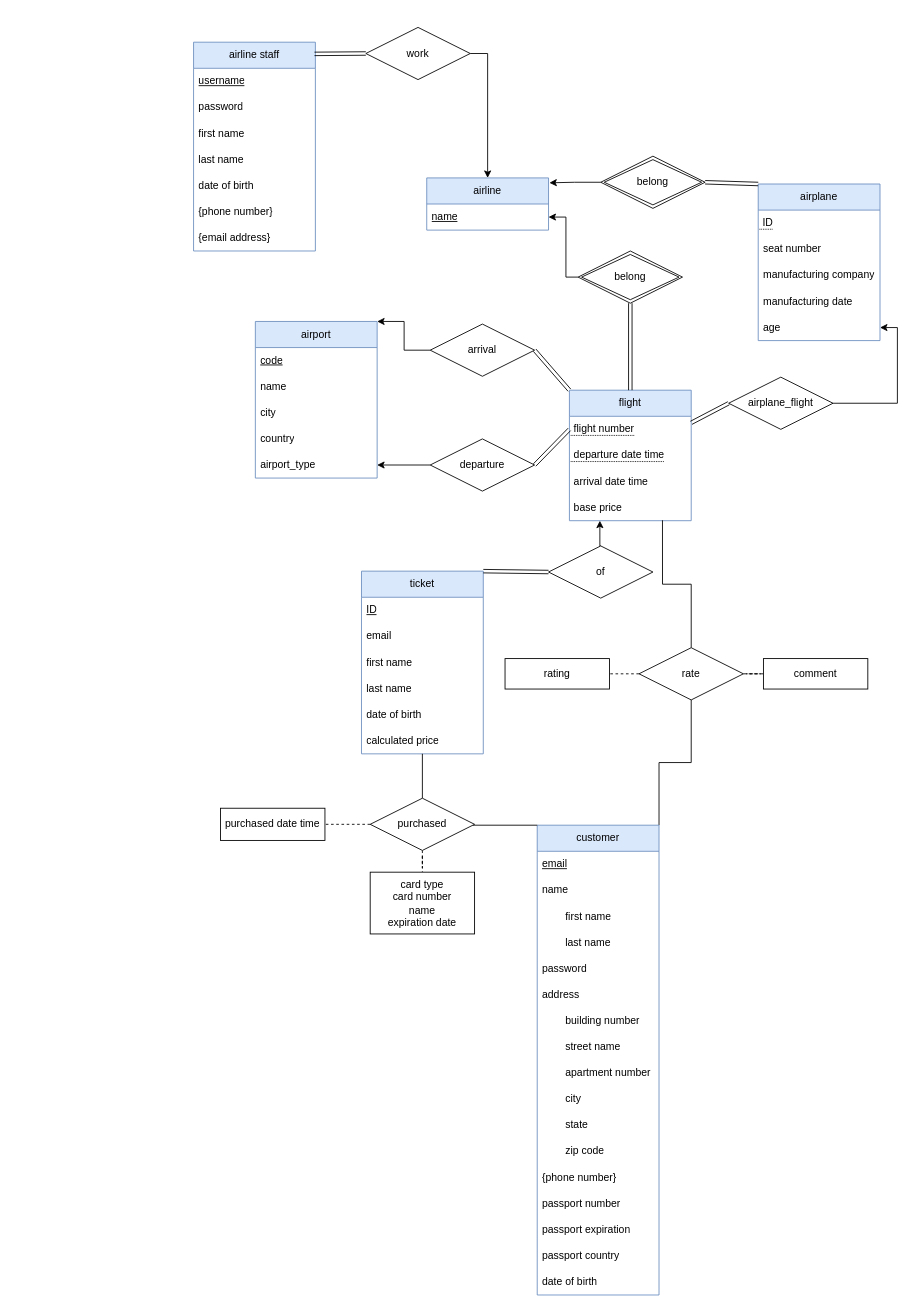
Before: part1/project_ER.drawio in qianxichen233/CS-UY-3083-project, a draw.io diagram. Source tidied: cells renumbered, new cells numbered last; positions are measured from the earlier drawing's top-left corner, leaving out a move shared by most shapes. Both pictures are drawn from the tidied source at 87%, with x=0, y=0 at pixel (193, 27).
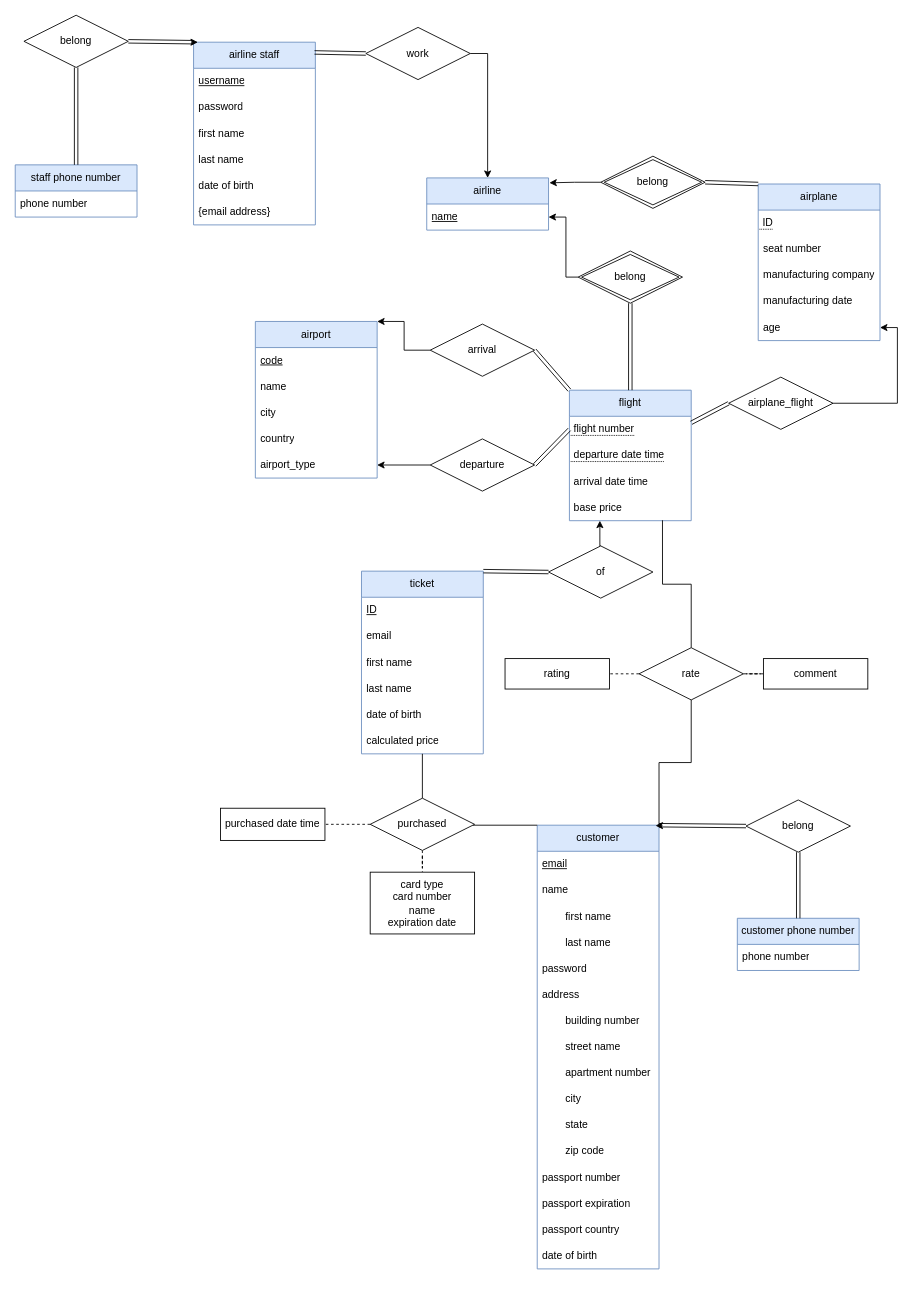
After the change.

Commit message:
updated part1 ER diagram

Change to the diagram source:
```diff
@@
     <mxCell id="47" value="customer" style="swimlane;fontStyle=0;horizontal=1;startSize=30;whiteSpace=wrap;html=1;fillColor=#dae8fc;strokeColor=#6c8ebf;" parent="1" vertex="1">
-      <mxGeometry x="395" y="917" width="140" height="540" as="geometry" />
+      <mxGeometry x="395" y="917" width="140" height="510" as="geometry" />
     </mxCell>
@@
-    <mxCell id="60" value="{phone number}" style="text;strokeColor=none;fillColor=none;align=left;verticalAlign=middle;spacingLeft=4;spacingRight=4;overflow=hidden;whiteSpace=wrap;html=1;" parent="47" vertex="1">
-      <mxGeometry y="390" width="140" height="30" as="geometry" />
-    </mxCell>
     <mxCell id="61" value="passport number" style="text;strokeColor=none;fillColor=none;align=left;verticalAlign=middle;spacingLeft=4;spacingRight=4;overflow=hidden;whiteSpace=wrap;html=1;" parent="47" vertex="1">
-      <mxGeometry y="420" width="140" height="30" as="geometry" />
+      <mxGeometry y="390" width="140" height="30" as="geometry" />
     </mxCell>
     <mxCell id="62" value="passport expiration" style="text;strokeColor=none;fillColor=none;align=left;verticalAlign=middle;spacingLeft=4;spacingRight=4;overflow=hidden;whiteSpace=wrap;html=1;" parent="47" vertex="1">
-      <mxGeometry y="450" width="140" height="30" as="geometry" />
+      <mxGeometry y="420" width="140" height="30" as="geometry" />
     </mxCell>
     <mxCell id="63" value="passport country" style="text;strokeColor=none;fillColor=none;align=left;verticalAlign=middle;spacingLeft=4;spacingRight=4;overflow=hidden;whiteSpace=wrap;html=1;" parent="47" vertex="1">
-      <mxGeometry y="480" width="140" height="30" as="geometry" />
+      <mxGeometry y="450" width="140" height="30" as="geometry" />
     </mxCell>
     <mxCell id="64" value="date of birth" style="text;strokeColor=none;fillColor=none;align=left;verticalAlign=middle;spacingLeft=4;spacingRight=4;overflow=hidden;whiteSpace=wrap;html=1;" parent="47" vertex="1">
-      <mxGeometry y="510" width="140" height="30" as="geometry" />
+      <mxGeometry y="480" width="140" height="30" as="geometry" />
     </mxCell>
@@
     <mxCell id="78" value="airline staff" style="swimlane;fontStyle=0;horizontal=1;startSize=30;whiteSpace=wrap;html=1;fillColor=#dae8fc;strokeColor=#6c8ebf;" parent="1" vertex="1">
-      <mxGeometry y="17" width="140" height="240" as="geometry" />
+      <mxGeometry y="17" width="140" height="210" as="geometry" />
     </mxCell>
@@
-    <mxCell id="84" value="{phone number}" style="text;strokeColor=none;fillColor=none;align=left;verticalAlign=middle;spacingLeft=4;spacingRight=4;overflow=hidden;whiteSpace=wrap;html=1;" parent="78" vertex="1">
-      <mxGeometry y="180" width="140" height="30" as="geometry" />
-    </mxCell>
     <mxCell id="85" value="{email address}" style="text;strokeColor=none;fillColor=none;align=left;verticalAlign=middle;spacingLeft=4;spacingRight=4;overflow=hidden;whiteSpace=wrap;html=1;" parent="78" vertex="1">
-      <mxGeometry y="210" width="140" height="30" as="geometry" />
+      <mxGeometry y="180" width="140" height="30" as="geometry" />
     </mxCell>
@@
+    <mxCell id="89" value="staff phone number" style="swimlane;fontStyle=0;horizontal=1;startSize=30;whiteSpace=wrap;html=1;fillColor=#dae8fc;strokeColor=#6c8ebf;" parent="1" vertex="1">
+      <mxGeometry x="-205" y="158" width="140" height="60" as="geometry" />
+    </mxCell>
+    <mxCell id="90" value="phone number" style="text;strokeColor=none;fillColor=none;align=left;verticalAlign=middle;spacingLeft=4;spacingRight=4;overflow=hidden;whiteSpace=wrap;html=1;" parent="89" vertex="1">
+      <mxGeometry y="30" width="140" height="30" as="geometry" />
+    </mxCell>
+    <mxCell id="91" value="belong" style="shape=rhombus;perimeter=rhombusPerimeter;whiteSpace=wrap;html=1;align=center;" parent="1" vertex="1">
+      <mxGeometry x="-195" y="-14" width="120" height="60" as="geometry" />
+    </mxCell>
+    <mxCell id="92" style="shape=link;html=1;rounded=0;endArrow=classicThin;endFill=1;labelBackgroundColor=none;fontColor=default;entryX=0.5;entryY=0;entryDx=0;entryDy=0;exitX=0.5;exitY=1;exitDx=0;exitDy=0;" parent="1" edge="1" source="91" target="89">
+      <mxGeometry relative="1" as="geometry" />
+    </mxCell>
+    <mxCell id="93" style="html=1;rounded=0;endArrow=classicThin;endFill=1;labelBackgroundColor=none;fontColor=default;entryX=1;entryY=0.5;entryDx=0;entryDy=0;exitX=0;exitY=0;exitDx=0;exitDy=0;shape=link;" parent="1" edge="1" source="78" target="91">
+      <mxGeometry relative="1" as="geometry" />
+    </mxCell>
+    <mxCell id="94" style="endArrow=classic;html=1;rounded=0;" parent="1" edge="1">
+      <mxGeometry relative="1" as="geometry">
+        <mxPoint x="-3" y="17" as="sourcePoint" />
+        <mxPoint x="5" y="17" as="targetPoint" />
+      </mxGeometry>
+    </mxCell>
+    <mxCell id="95" value="customer phone number" style="swimlane;fontStyle=0;horizontal=1;startSize=30;whiteSpace=wrap;html=1;fillColor=#dae8fc;strokeColor=#6c8ebf;" parent="1" vertex="1">
+      <mxGeometry x="625" y="1024" width="140" height="60" as="geometry" />
+    </mxCell>
+    <mxCell id="96" value="phone number" style="text;strokeColor=none;fillColor=none;align=left;verticalAlign=middle;spacingLeft=4;spacingRight=4;overflow=hidden;whiteSpace=wrap;html=1;" parent="95" vertex="1">
+      <mxGeometry y="30" width="140" height="30" as="geometry" />
+    </mxCell>
+    <mxCell id="97" value="belong" style="shape=rhombus;perimeter=rhombusPerimeter;whiteSpace=wrap;html=1;align=center;" parent="1" vertex="1">
+      <mxGeometry x="635" y="888" width="120" height="60" as="geometry" />
+    </mxCell>
+    <mxCell id="98" style="shape=link;html=1;rounded=0;endArrow=classicThin;endFill=1;labelBackgroundColor=none;fontColor=default;entryX=0.5;entryY=0;entryDx=0;entryDy=0;exitX=0.5;exitY=1;exitDx=0;exitDy=0;" parent="1" edge="1" source="97" target="95">
+      <mxGeometry relative="1" as="geometry" />
+    </mxCell>
+    <mxCell id="99" style="shape=link;html=1;rounded=0;endArrow=classicThin;endFill=1;labelBackgroundColor=none;fontColor=default;entryX=0;entryY=0.5;entryDx=0;entryDy=0;exitX=1;exitY=0;exitDx=0;exitDy=0;" parent="1" edge="1" source="47" target="97">
+      <mxGeometry relative="1" as="geometry" />
+    </mxCell>
+    <mxCell id="100" style="endArrow=none;html=1;rounded=0;startArrow=classic;startFill=1;endFill=0;" parent="1" edge="1">
+      <mxGeometry relative="1" as="geometry">
+        <mxPoint x="531" y="917.5" as="sourcePoint" />
+        <mxPoint x="539" y="917.5" as="targetPoint" />
+      </mxGeometry>
+    </mxCell>
```
